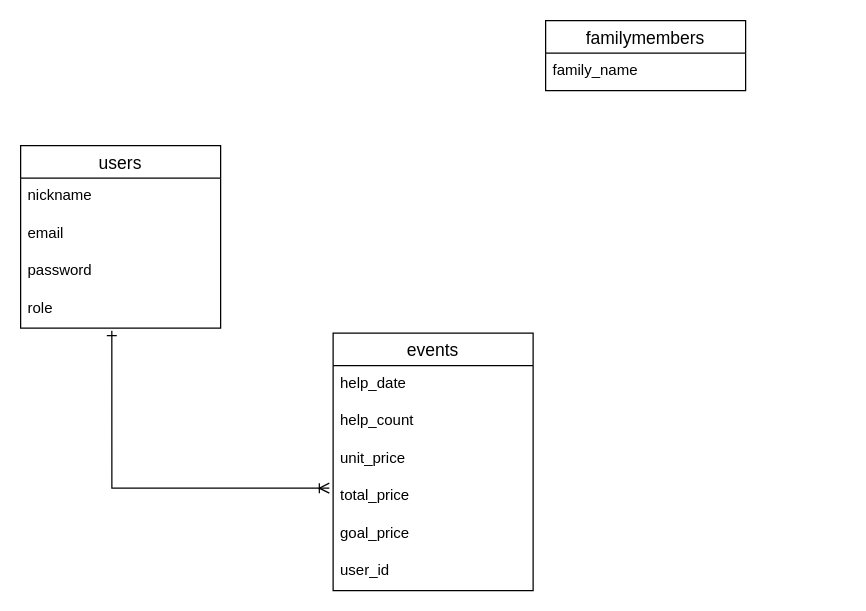
Before: test.dio in yujimiya/okozukai-app-39790-, a draw.io diagram. Source tidied: cells renumbered, new cells numbered last; positions are measured from the earlier drawing's top-left corner, leaving out a move shared by most shapes. Both pictures are drawn from the tidied source at 125%, with x=0, y=0 at pixel (20, 20).
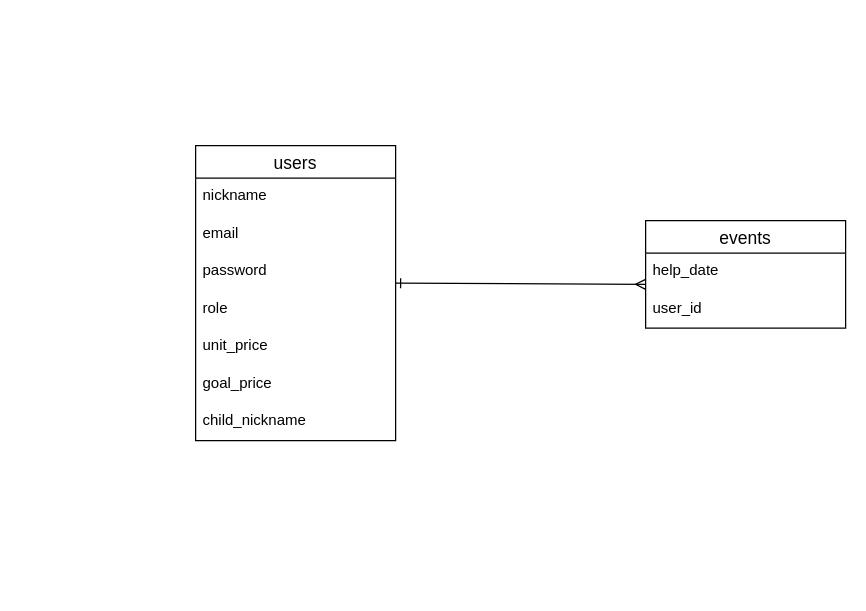
The same diagram, later.

Diff of the diagram source:
```diff
@@
 <mxGraphModel>
   <root>
     <mxCell id="0" />
     <mxCell id="1" parent="0" />
     <mxCell id="2" value="users" style="swimlane;fontStyle=0;horizontal=1;startSize=26;align=center;fontSize=14;" parent="1" vertex="1">
-      <mxGeometry y="100" width="160" height="146" as="geometry" />
+      <mxGeometry x="140" y="100" width="160" height="236" as="geometry" />
     </mxCell>
     <mxCell id="3" value="nickname" style="text;strokeColor=none;fillColor=none;spacingLeft=4;spacingRight=4;overflow=hidden;fontSize=12;" parent="2" vertex="1">
       <mxGeometry y="26" width="160" height="30" as="geometry" />
     </mxCell>
     <mxCell id="4" value="email" style="text;strokeColor=none;fillColor=none;spacingLeft=4;spacingRight=4;overflow=hidden;fontSize=12;" parent="2" vertex="1">
       <mxGeometry y="56" width="160" height="30" as="geometry" />
     </mxCell>
     <mxCell id="5" value="password" style="text;strokeColor=none;fillColor=none;spacingLeft=4;spacingRight=4;overflow=hidden;fontSize=12;" parent="2" vertex="1">
       <mxGeometry y="86" width="160" height="30" as="geometry" />
     </mxCell>
     <mxCell id="6" value="role" style="text;strokeColor=none;fillColor=none;spacingLeft=4;spacingRight=4;overflow=hidden;points=[[0,0.5],[1,0.5]];portConstraint=eastwest;fontSize=12;" parent="2" vertex="1">
       <mxGeometry y="116" width="160" height="30" as="geometry" />
     </mxCell>
+    <mxCell id="10" value="unit_price" style="text;strokeColor=none;fillColor=none;spacingLeft=4;spacingRight=4;overflow=hidden;fontSize=12;" parent="2" vertex="1">
+      <mxGeometry y="146" width="160" height="30" as="geometry" />
+    </mxCell>
+    <mxCell id="12" value="goal_price" style="text;strokeColor=none;fillColor=none;spacingLeft=4;spacingRight=4;overflow=hidden;fontSize=12;" parent="2" vertex="1">
+      <mxGeometry y="176" width="160" height="30" as="geometry" />
+    </mxCell>
+    <mxCell id="17" value="child_nickname" style="text;strokeColor=none;fillColor=none;spacingLeft=4;spacingRight=4;overflow=hidden;fontSize=12;" parent="2" vertex="1">
+      <mxGeometry y="206" width="160" height="30" as="geometry" />
+    </mxCell>
     <mxCell id="7" value="events" style="swimlane;fontStyle=0;horizontal=1;startSize=26;align=center;fontSize=14;" parent="1" vertex="1">
-      <mxGeometry x="250" y="250" width="160" height="206" as="geometry" />
+      <mxGeometry x="500" y="160" width="160" height="86" as="geometry" />
     </mxCell>
     <mxCell id="8" value="help_date" style="text;strokeColor=none;fillColor=none;spacingLeft=4;spacingRight=4;overflow=hidden;points=[[0,0.5],[1,0.5]];portConstraint=eastwest;fontSize=12;" parent="7" vertex="1">
       <mxGeometry y="26" width="160" height="30" as="geometry" />
     </mxCell>
-    <mxCell id="9" value="help_count" style="text;strokeColor=none;fillColor=none;spacingLeft=4;spacingRight=4;overflow=hidden;fontSize=12;" parent="7" vertex="1">
-      <mxGeometry y="56" width="160" height="30" as="geometry" />
-    </mxCell>
-    <mxCell id="10" value="unit_price" style="text;strokeColor=none;fillColor=none;spacingLeft=4;spacingRight=4;overflow=hidden;fontSize=12;" parent="7" vertex="1">
-      <mxGeometry y="86" width="160" height="30" as="geometry" />
-    </mxCell>
-    <mxCell id="11" value="total_price" style="text;strokeColor=none;fillColor=none;spacingLeft=4;spacingRight=4;overflow=hidden;points=[[0,0.5],[1,0.5]];portConstraint=eastwest;fontSize=12;" parent="7" vertex="1">
-      <mxGeometry y="116" width="160" height="30" as="geometry" />
-    </mxCell>
-    <mxCell id="12" value="goal_price" style="text;strokeColor=none;fillColor=none;spacingLeft=4;spacingRight=4;overflow=hidden;fontSize=12;" parent="7" vertex="1">
-      <mxGeometry y="146" width="160" height="30" as="geometry" />
-    </mxCell>
     <mxCell id="13" value="user_id" style="text;strokeColor=none;fillColor=none;spacingLeft=4;spacingRight=4;overflow=hidden;fontSize=12;" parent="7" vertex="1">
-      <mxGeometry y="176" width="160" height="30" as="geometry" />
+      <mxGeometry y="56" width="160" height="30" as="geometry" />
     </mxCell>
-    <mxCell id="14" value="familymembers" style="swimlane;fontStyle=0;horizontal=1;startSize=26;align=center;fontSize=14;" parent="1" vertex="1">
-      <mxGeometry x="420" width="160" height="56" as="geometry" />
-    </mxCell>
-    <mxCell id="15" value="family_name" style="text;strokeColor=none;fillColor=none;spacingLeft=4;spacingRight=4;overflow=hidden;fontSize=12;" parent="14" vertex="1">
-      <mxGeometry y="26" width="160" height="30" as="geometry" />
-    </mxCell>
-    <mxCell id="16" style="edgeStyle=orthogonalEdgeStyle;fontSize=12;html=1;endArrow=ERone;rounded=0;exitX=-0.019;exitY=0.267;exitDx=0;exitDy=0;exitPerimeter=0;startArrow=ERoneToMany;startFill=0;endFill=0;entryX=0.456;entryY=1.067;entryDx=0;entryDy=0;entryPerimeter=0;" parent="1" edge="1" source="11" target="6">
-      <mxGeometry relative="1" as="geometry">
-        <Array as="points">
-          <mxPoint x="73" y="374" />
-        </Array>
-      </mxGeometry>
-    </mxCell>
+    <mxCell id="18" style="fontSize=12;html=1;endArrow=ERmany;entryX=0;entryY=0.833;entryDx=0;entryDy=0;entryPerimeter=0;startArrow=ERone;startFill=0;" parent="1" edge="1" target="8">
+      <mxGeometry relative="1" as="geometry">
+        <mxPoint x="300" y="210" as="sourcePoint" />
+      </mxGeometry>
+    </mxCell>
   </root>
 </mxGraphModel>
```
